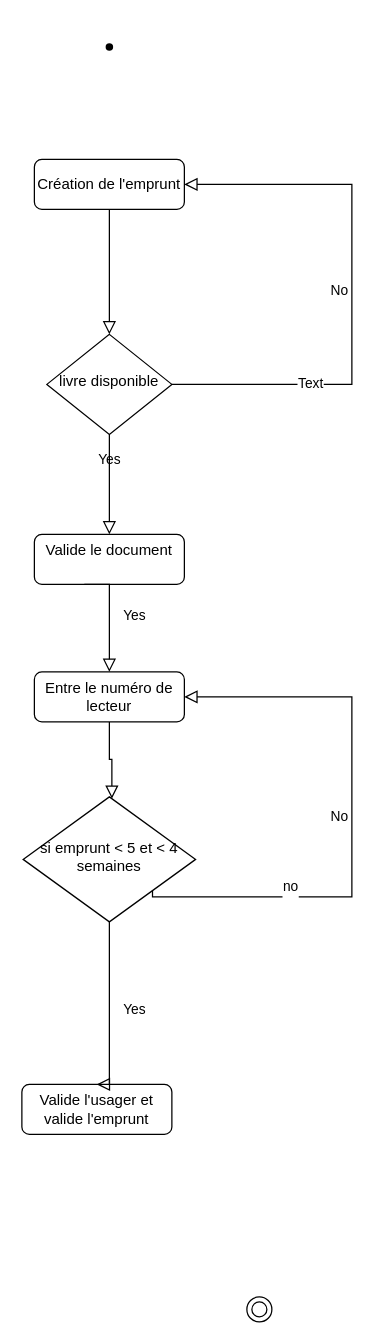
This is 2- Développer des composants d'interface/1-Maquetter une application/2- UML Partie 1/Diagramme sans nom.drawio from MokhtarBeny/CDA, a draw.io file, before an edit. Source tidied: cells renumbered, new cells numbered last; positions are measured from the earlier drawing's top-left corner, leaving out a move shared by most shapes. Both pictures are drawn from the tidied source at 125%, with x=0, y=0 at pixel (21, 21).
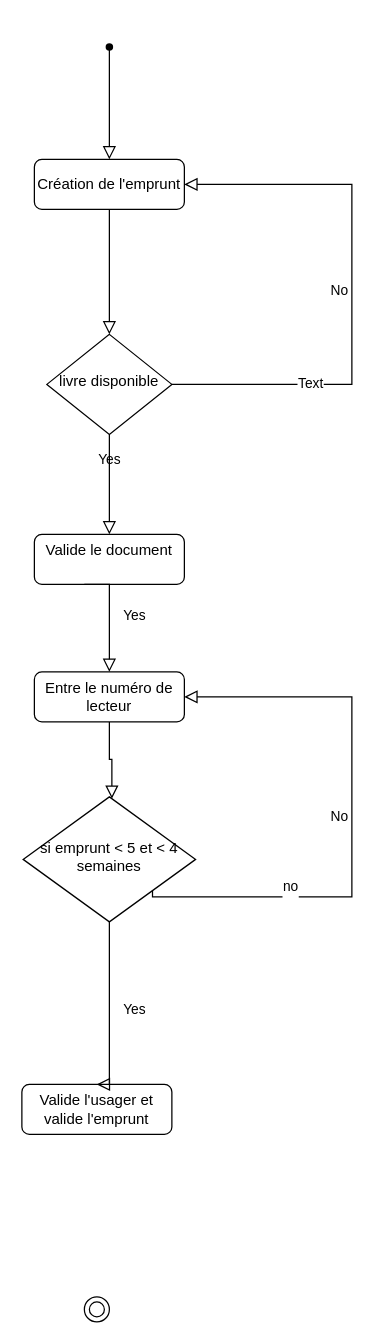
Above is the later version.

Commit message:
Mettre à jour Diagramme sans nom.drawio

The change refers to these unchanged cells:
```xml
<mxCell id="3" value="Création de l'emprunt" style="rounded=1;whiteSpace=wrap;html=1;fontSize=12;glass=0;strokeWidth=1;shadow=0;" parent="1" vertex="1">
  <mxGeometry x="10" y="110" width="120" height="40" as="geometry" />
</mxCell>
<mxCell id="10" style="shape=waypoint;sketch=0;fillStyle=solid;size=6;points=[];fillColor=none;perimeter=centerPerimeter;snapToPoint=1;" parent="1" vertex="1">
  <mxGeometry x="50" width="40" height="40" as="geometry" />
</mxCell>
```

What changed in the source:
```diff
@@
     <mxCell id="11" style="ellipse;shape=doubleEllipse;whiteSpace=wrap;html=1;" parent="1" vertex="1">
-      <mxGeometry x="180" y="1020" width="20" height="20" as="geometry" />
+      <mxGeometry x="50" y="1020" width="20" height="20" as="geometry" />
     </mxCell>
@@
+    <mxCell id="19" style="rounded=0;html=1;jettySize=auto;fontSize=11;endArrow=block;endFill=0;endSize=8;strokeWidth=1;shadow=0;labelBackgroundColor=none;edgeStyle=orthogonalEdgeStyle;entryX=0.5;entryY=0;entryDx=0;entryDy=0;exitX=0.5;exitY=0.5;exitDx=0;exitDy=0;exitPerimeter=0;" parent="1" edge="1" source="10" target="3">
+      <mxGeometry relative="1" as="geometry">
+        <Array as="points">
+          <mxPoint x="70" y="60" />
+          <mxPoint x="70" y="60" />
+        </Array>
+      </mxGeometry>
+    </mxCell>
```
